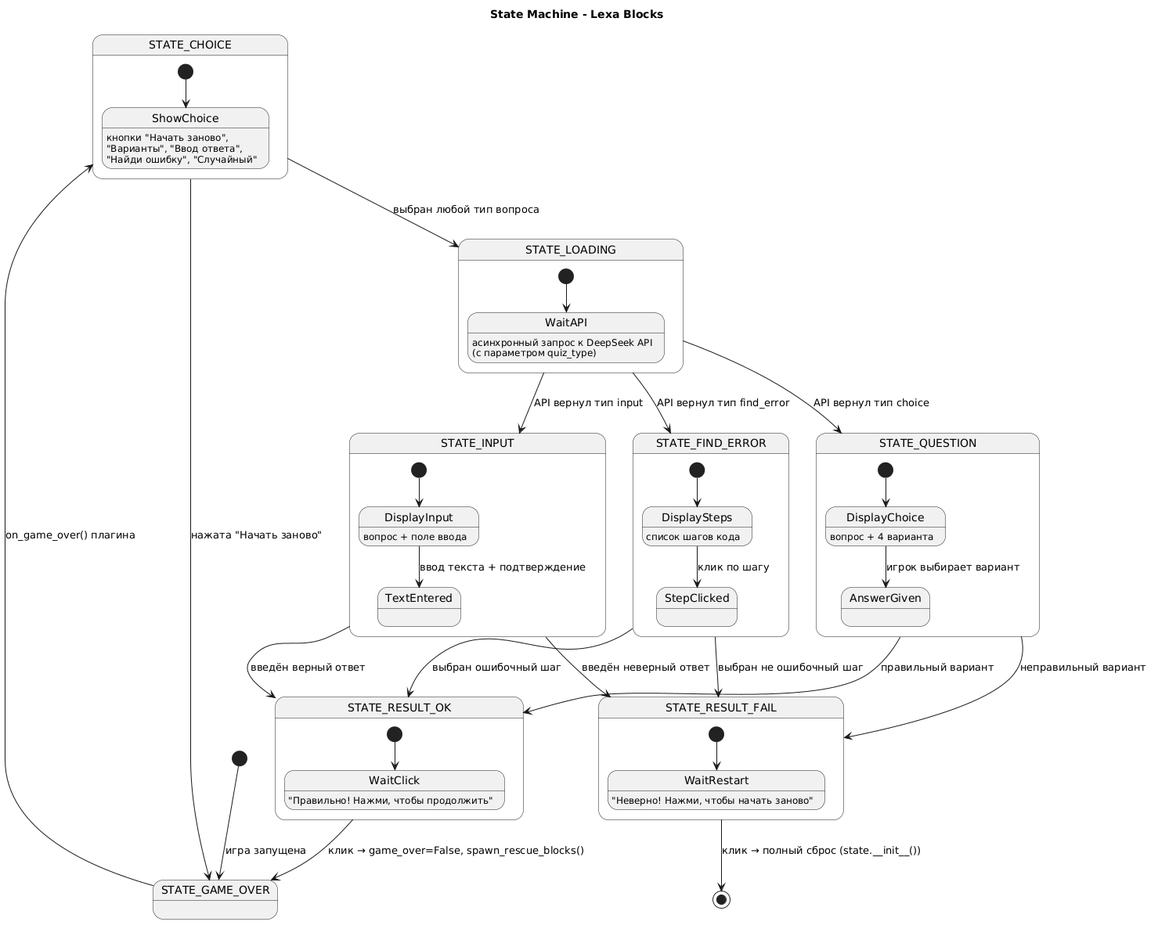
Above: generated/state-machine-diagram.png in pashk3r/lexa-blocks (PlantUML), before the change.
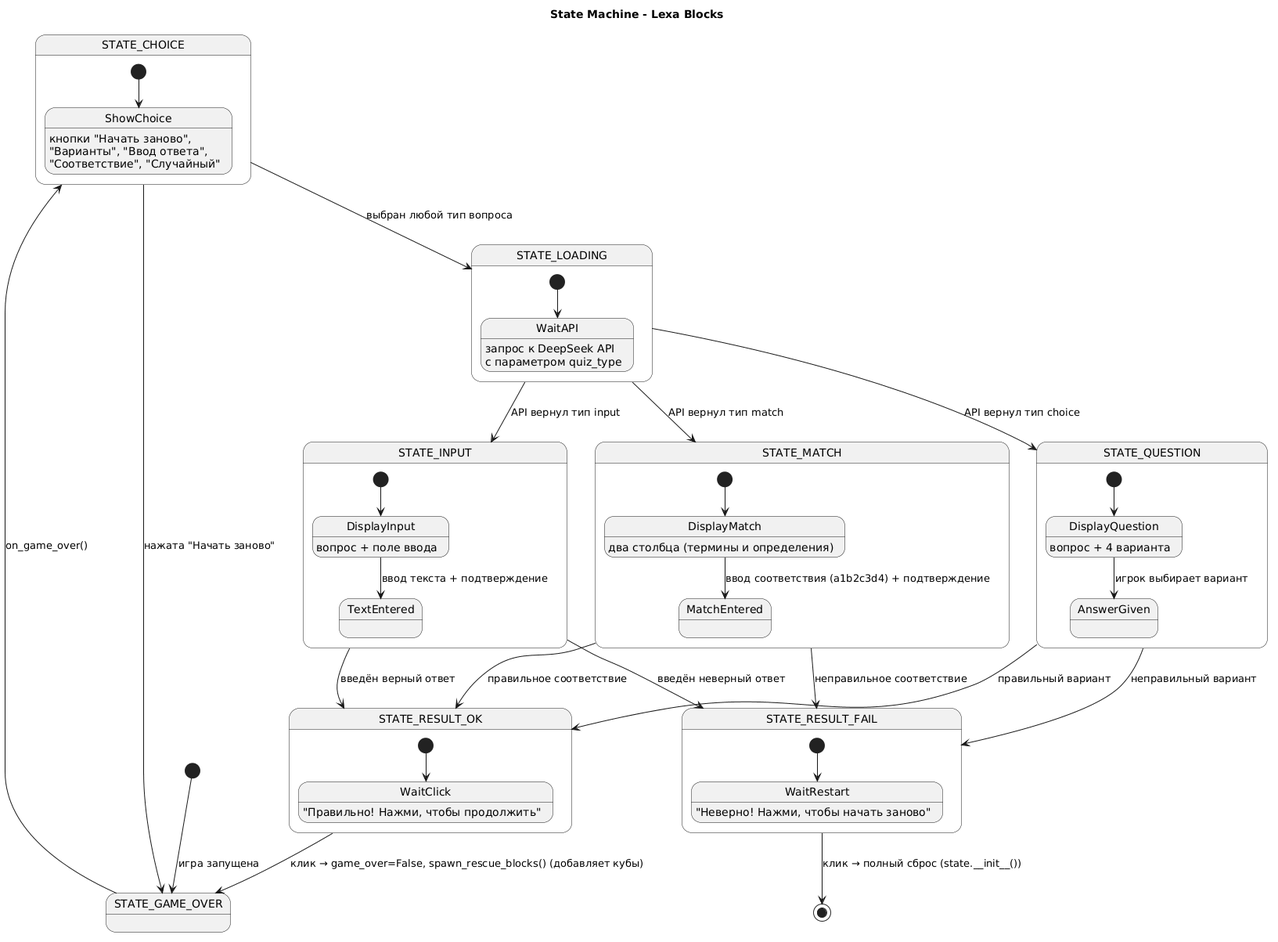
Later version of the same file.

Diff of the diagram source:
```diff
@@ -3,11 +3,11 @@
 
 [*] --> STATE_GAME_OVER : игра запущена
 
-STATE_GAME_OVER --> STATE_CHOICE : on_game_over() плагина
+STATE_GAME_OVER --> STATE_CHOICE : on_game_over()
 
 state STATE_CHOICE {
     [*] --> ShowChoice
-    ShowChoice : кнопки "Начать заново",\n"Варианты", "Ввод ответа",\n"Найди ошибку", "Случайный"
+    ShowChoice : кнопки "Начать заново",\n"Варианты", "Ввод ответа",\n"Соответствие", "Случайный"
 }
 
 STATE_CHOICE --> STATE_GAME_OVER : нажата "Начать заново"
@@ -15,17 +15,17 @@
 
 state STATE_LOADING {
     [*] --> WaitAPI
-    WaitAPI : асинхронный запрос к DeepSeek API\n(с параметром quiz_type)
+    WaitAPI : запрос к DeepSeek API\nс параметром quiz_type
 }
 
 STATE_LOADING --> STATE_QUESTION : API вернул тип choice
 STATE_LOADING --> STATE_INPUT : API вернул тип input
-STATE_LOADING --> STATE_FIND_ERROR : API вернул тип find_error
+STATE_LOADING --> STATE_MATCH : API вернул тип match
 
 state STATE_QUESTION {
-    [*] --> DisplayChoice
-    DisplayChoice : вопрос + 4 варианта
-    DisplayChoice --> AnswerGiven : игрок выбирает вариант
+    [*] --> DisplayQuestion
+    DisplayQuestion : вопрос + 4 варианта
+    DisplayQuestion --> AnswerGiven : игрок выбирает вариант
 }
 
 state STATE_INPUT {
@@ -34,24 +34,24 @@
     DisplayInput --> TextEntered : ввод текста + подтверждение
 }
 
-state STATE_FIND_ERROR {
-    [*] --> DisplaySteps
-    DisplaySteps : список шагов кода
-    DisplaySteps --> StepClicked : клик по шагу
+state STATE_MATCH {
+    [*] --> DisplayMatch
+    DisplayMatch : два столбца (термины и определения)
+    DisplayMatch --> MatchEntered : ввод соответствия (a1b2c3d4) + подтверждение
 }
 
 STATE_QUESTION --> STATE_RESULT_OK : правильный вариант
 STATE_QUESTION --> STATE_RESULT_FAIL : неправильный вариант
 STATE_INPUT --> STATE_RESULT_OK : введён верный ответ
 STATE_INPUT --> STATE_RESULT_FAIL : введён неверный ответ
-STATE_FIND_ERROR --> STATE_RESULT_OK : выбран ошибочный шаг
-STATE_FIND_ERROR --> STATE_RESULT_FAIL : выбран не ошибочный шаг
+STATE_MATCH --> STATE_RESULT_OK : правильное соответствие
+STATE_MATCH --> STATE_RESULT_FAIL : неправильное соответствие
 
 state STATE_RESULT_OK {
     [*] --> WaitClick
     WaitClick : "Правильно! Нажми, чтобы продолжить"
 }
-STATE_RESULT_OK --> STATE_GAME_OVER : клик → game_over=False, spawn_rescue_blocks()
+STATE_RESULT_OK --> STATE_GAME_OVER : клик → game_over=False, spawn_rescue_blocks() (добавляет кубы)
 
 state STATE_RESULT_FAIL {
     [*] --> WaitRestart
```
